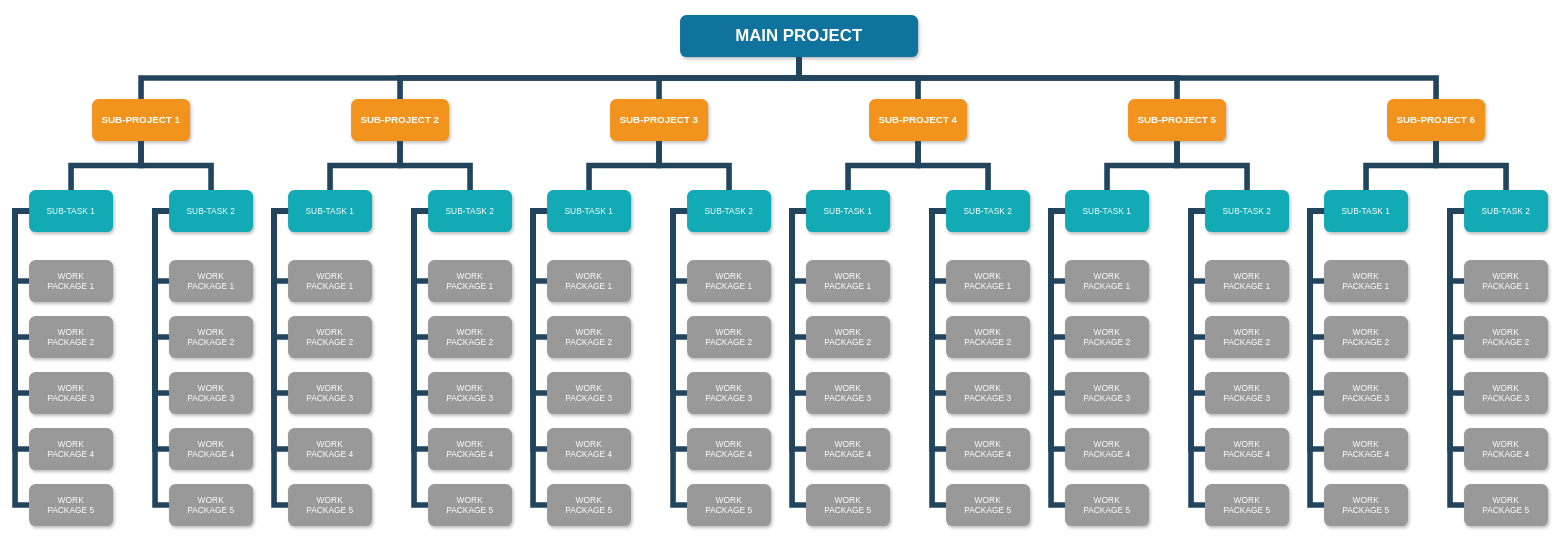
Earlier version of the draw.io diagram Hierarchy Diagram.drawio (madscientist-314/kit-logger). Source tidied: cells renumbered, new cells numbered last; positions are measured from the earlier drawing's top-left corner, leaving out a move shared by most shapes. Both pictures are drawn from the tidied source at 70%, with x=0, y=0 at pixel (15, 15).
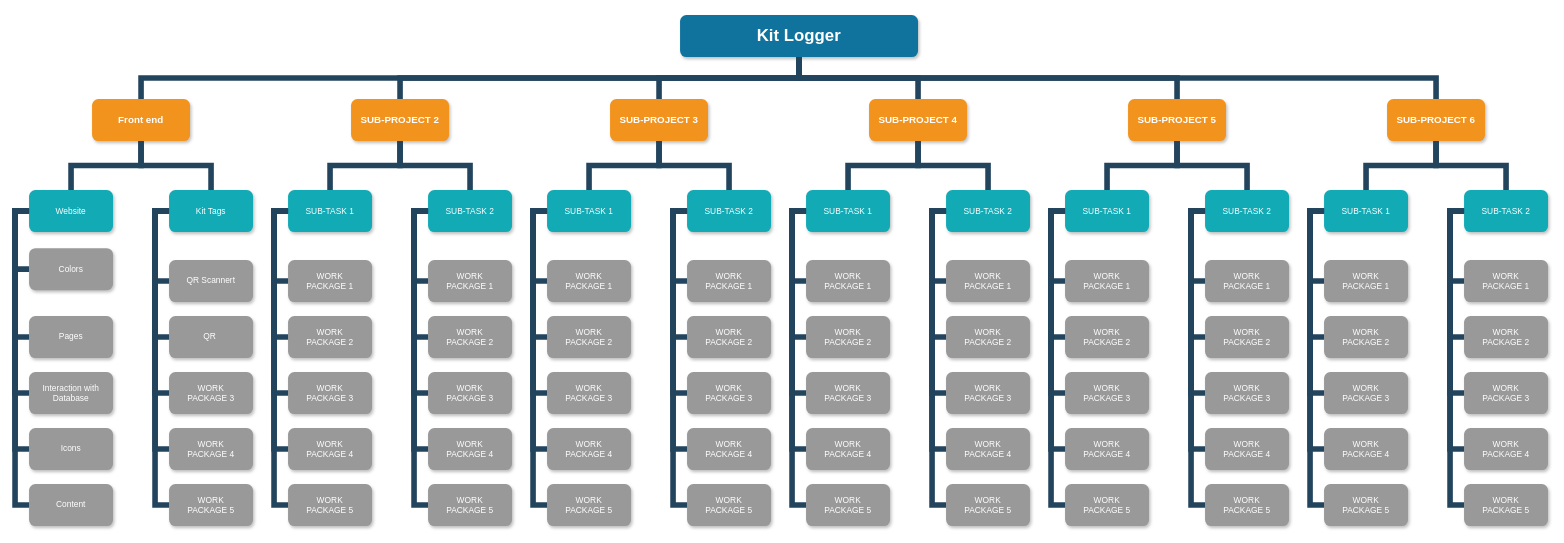
Above is the later version.

Change to the diagram source:
```diff
@@
-    <mxCell id="2" value="MAIN PROJECT" style="whiteSpace=wrap;rounded=1;shadow=1;fillColor=#10739E;strokeColor=none;fontColor=#FFFFFF;fontStyle=1;fontSize=24;" parent="1" vertex="1">
+    <mxCell id="2" value="Kit Logger" style="whiteSpace=wrap;rounded=1;shadow=1;fillColor=#10739E;strokeColor=none;fontColor=#FFFFFF;fontStyle=1;fontSize=24;" parent="1" vertex="1">
       <mxGeometry x="950" width="340" height="60" as="geometry" />
     </mxCell>
-    <mxCell id="3" value="SUB-PROJECT 1" style="whiteSpace=wrap;rounded=1;fillColor=#F2931E;strokeColor=none;shadow=1;fontColor=#FFFFFF;fontStyle=1;fontSize=14;" parent="1" vertex="1">
+    <mxCell id="3" value="Front end" style="whiteSpace=wrap;rounded=1;fillColor=#F2931E;strokeColor=none;shadow=1;fontColor=#FFFFFF;fontStyle=1;fontSize=14;" parent="1" vertex="1">
       <mxGeometry x="110" y="120" width="140" height="60" as="geometry" />
     </mxCell>
@@
-    <mxCell id="9" value="SUB-TASK 1" style="whiteSpace=wrap;rounded=1;fillColor=#12AAB5;strokeColor=none;shadow=1;fontColor=#FFFFFF;" parent="1" vertex="1">
+    <mxCell id="9" value="Website" style="whiteSpace=wrap;rounded=1;fillColor=#12AAB5;strokeColor=none;shadow=1;fontColor=#FFFFFF;" parent="1" vertex="1">
       <mxGeometry x="20" y="250" width="120" height="60" as="geometry" />
     </mxCell>
-    <mxCell id="10" value="SUB-TASK 2" style="whiteSpace=wrap;rounded=1;fillColor=#12AAB5;strokeColor=none;shadow=1;fontColor=#FFFFFF;" parent="1" vertex="1">
+    <mxCell id="10" value="Kit Tags" style="whiteSpace=wrap;rounded=1;fillColor=#12AAB5;strokeColor=none;shadow=1;fontColor=#FFFFFF;" parent="1" vertex="1">
       <mxGeometry x="220" y="250" width="120" height="60" as="geometry" />
     </mxCell>
-    <mxCell id="11" value="WORK&#10;PACKAGE 1" style="whiteSpace=wrap;rounded=1;fillColor=#999999;strokeColor=none;shadow=1;fontColor=#FFFFFF;fontStyle=0;" parent="1" vertex="1">
-      <mxGeometry x="20" y="350" width="120" height="60" as="geometry" />
+    <mxCell id="11" value="Colors" style="whiteSpace=wrap;rounded=1;fillColor=#999999;strokeColor=none;shadow=1;fontColor=#FFFFFF;fontStyle=0;" parent="1" vertex="1">
+      <mxGeometry x="20" y="333" width="120" height="60" as="geometry" />
     </mxCell>
-    <mxCell id="12" value="WORK&#10;PACKAGE 2" style="whiteSpace=wrap;rounded=1;fillColor=#999999;strokeColor=none;shadow=1;fontColor=#FFFFFF;fontStyle=0;" parent="1" vertex="1">
+    <mxCell id="12" value="Pages" style="whiteSpace=wrap;rounded=1;fillColor=#999999;strokeColor=none;shadow=1;fontColor=#FFFFFF;fontStyle=0;" parent="1" vertex="1">
       <mxGeometry x="20" y="430" width="120" height="60" as="geometry" />
     </mxCell>
-    <mxCell id="13" value="WORK&#10;PACKAGE 3" style="whiteSpace=wrap;rounded=1;fillColor=#999999;strokeColor=none;shadow=1;fontColor=#FFFFFF;fontStyle=0;" parent="1" vertex="1">
+    <mxCell id="13" value="Interaction with Database" style="whiteSpace=wrap;rounded=1;fillColor=#999999;strokeColor=none;shadow=1;fontColor=#FFFFFF;fontStyle=0;" parent="1" vertex="1">
       <mxGeometry x="20" y="510" width="120" height="60" as="geometry" />
     </mxCell>
-    <mxCell id="14" value="WORK&#10;PACKAGE 4" style="whiteSpace=wrap;rounded=1;fillColor=#999999;strokeColor=none;shadow=1;fontColor=#FFFFFF;fontStyle=0;" parent="1" vertex="1">
+    <mxCell id="14" value="Icons" style="whiteSpace=wrap;rounded=1;fillColor=#999999;strokeColor=none;shadow=1;fontColor=#FFFFFF;fontStyle=0;" parent="1" vertex="1">
       <mxGeometry x="20" y="590" width="120" height="60" as="geometry" />
     </mxCell>
-    <mxCell id="15" value="WORK&#10;PACKAGE 5" style="whiteSpace=wrap;rounded=1;fillColor=#999999;strokeColor=none;shadow=1;fontColor=#FFFFFF;fontStyle=0;" parent="1" vertex="1">
+    <mxCell id="15" value="Content" style="whiteSpace=wrap;rounded=1;fillColor=#999999;strokeColor=none;shadow=1;fontColor=#FFFFFF;fontStyle=0;" parent="1" vertex="1">
       <mxGeometry x="20" y="670" width="120" height="60" as="geometry" />
     </mxCell>
-    <mxCell id="16" value="WORK&#10;PACKAGE 1" style="whiteSpace=wrap;rounded=1;fillColor=#999999;strokeColor=none;shadow=1;fontColor=#FFFFFF;fontStyle=0;" parent="1" vertex="1">
+    <mxCell id="16" value="QR Scannert" style="whiteSpace=wrap;rounded=1;fillColor=#999999;strokeColor=none;shadow=1;fontColor=#FFFFFF;fontStyle=0;" parent="1" vertex="1">
       <mxGeometry x="220" y="350" width="120" height="60" as="geometry" />
     </mxCell>
-    <mxCell id="17" value="WORK&#10;PACKAGE 2" style="whiteSpace=wrap;rounded=1;fillColor=#999999;strokeColor=none;shadow=1;fontColor=#FFFFFF;fontStyle=0;" parent="1" vertex="1">
+    <mxCell id="17" value="QR " style="whiteSpace=wrap;rounded=1;fillColor=#999999;strokeColor=none;shadow=1;fontColor=#FFFFFF;fontStyle=0;" parent="1" vertex="1">
       <mxGeometry x="220" y="430" width="120" height="60" as="geometry" />
     </mxCell>
```
